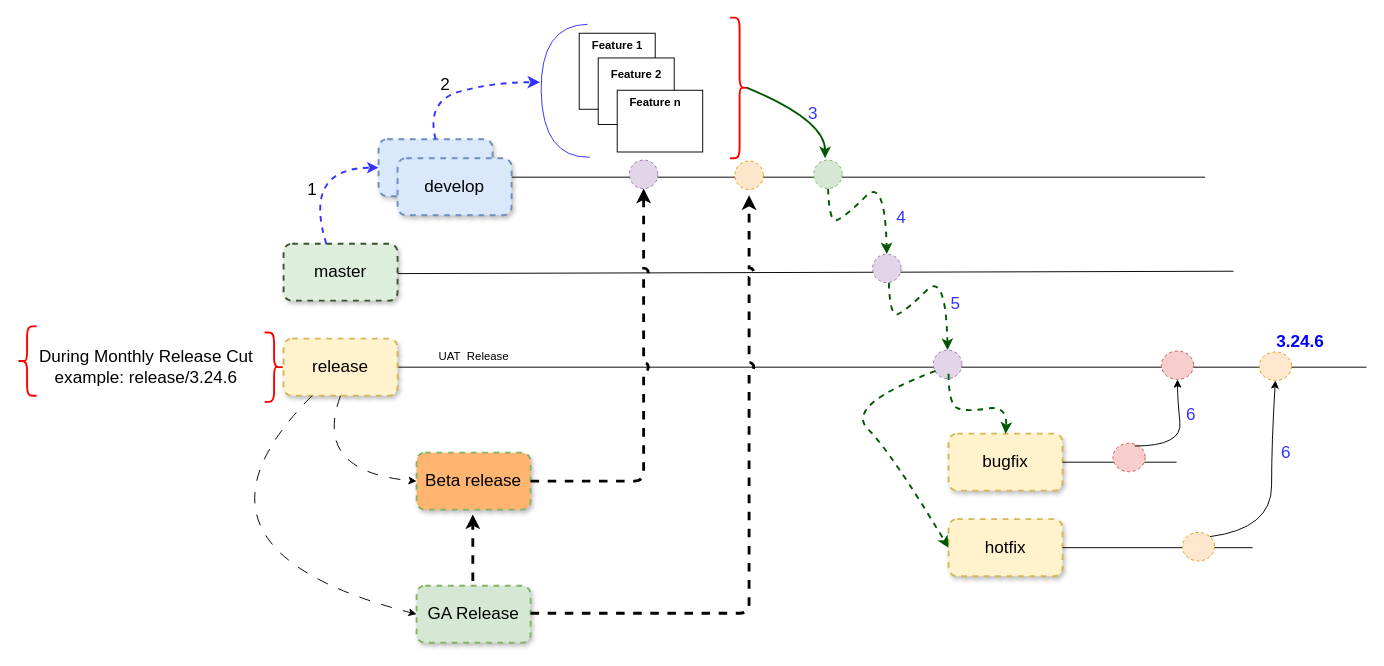
This is Branches.drawio from PramodNegi/problem-solving-techniques, a draw.io file, before an edit. Source tidied: cells renumbered, new cells numbered last; positions are measured from the earlier drawing's top-left corner, leaving out a move shared by most shapes. Both pictures are drawn from the tidied source at 95%, with x=0, y=0 at pixel (17, 17).
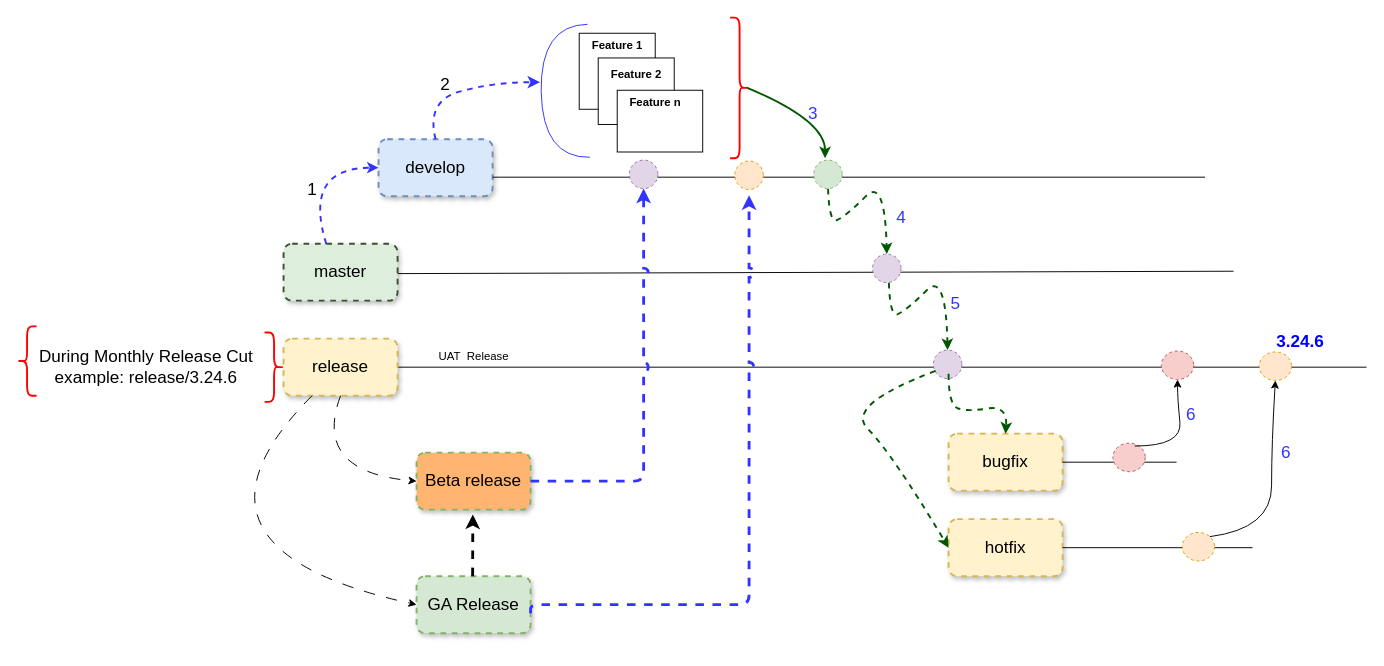
The same page after the edit.

The change refers to these unchanged cells:
```xml
<mxCell id="60" style="ellipse;whiteSpace=wrap;html=1;fillColor=#e1d5e7;strokeColor=#9673a6;dashed=1;shadow=0;" parent="1" vertex="1">
  <mxGeometry x="644" y="150" width="30" height="30" as="geometry" />
</mxCell>
```

Diff of the diagram source:
```diff
@@
     <mxCell id="53" value="&lt;span style=&quot;font-size: 18px;&quot;&gt;GA Release&lt;/span&gt;" style="rounded=1;whiteSpace=wrap;html=1;fillColor=#d5e8d4;strokeColor=#82b366;glass=0;shadow=1;dashed=1;strokeWidth=2;comic=0;" parent="1" vertex="1">
-      <mxGeometry x="420" y="598" width="120" height="60" as="geometry" />
+      <mxGeometry x="420" y="588" width="120" height="60" as="geometry" />
     </mxCell>
-    <mxCell id="54" value="&lt;font style=&quot;font-size: 18px;&quot;&gt;develop&lt;/font&gt;" style="rounded=1;whiteSpace=wrap;html=1;fillColor=#dae8fc;strokeColor=#6c8ebf;glass=0;shadow=1;dashed=1;strokeWidth=2;comic=0;" parent="1" vertex="1">
-      <mxGeometry x="400" y="148" width="120" height="60" as="geometry" />
-    </mxCell>
@@
     <mxCell id="56" style="endArrow=classic;html=1;rounded=0;curved=0;dashed=1;flowAnimation=1;strokeWidth=3;" parent="1" edge="1">
       <mxGeometry relative="1" as="geometry">
-        <mxPoint x="479.2" y="593" as="sourcePoint" />
+        <mxPoint x="479" y="588" as="sourcePoint" />
         <mxPoint x="479.2" y="523" as="targetPoint" />
       </mxGeometry>
     </mxCell>
-    <mxCell id="57" style="endArrow=classic;html=1;rounded=1;strokeColor=default;edgeStyle=elbowEdgeStyle;elbow=vertical;jumpStyle=arc;strokeWidth=3;exitX=1;exitY=0.5;exitDx=0;exitDy=0;dashed=1;flowAnimation=1;endFill=1;" parent="1" edge="1">
+    <mxCell id="57" style="endArrow=classic;html=1;rounded=1;strokeColor=#3333FF;edgeStyle=elbowEdgeStyle;elbow=vertical;jumpStyle=arc;strokeWidth=3;exitX=1;exitY=0.5;exitDx=0;exitDy=0;dashed=1;flowAnimation=1;endFill=1;" parent="1" edge="1">
       <mxGeometry relative="1" as="geometry">
         <mxPoint x="540" y="627" as="sourcePoint" />
         <mxPoint x="770" y="187" as="targetPoint" />
         <Array as="points">
-          <mxPoint x="700" y="627" />
+          <mxPoint x="770" y="618" />
         </Array>
       </mxGeometry>
     </mxCell>
@@
-    <mxCell id="59" style="endArrow=classic;html=1;rounded=1;strokeColor=default;edgeStyle=elbowEdgeStyle;elbow=vertical;jumpStyle=arc;strokeWidth=3;dashed=1;flowAnimation=1;targetPerimeterSpacing=3;endFill=1;entryX=0.5;entryY=1;entryDx=0;entryDy=0;" parent="1" edge="1" target="60">
+    <mxCell id="59" style="endArrow=classic;html=1;rounded=1;strokeColor=#3333FF;edgeStyle=elbowEdgeStyle;elbow=vertical;jumpStyle=arc;strokeWidth=3;dashed=1;flowAnimation=1;targetPerimeterSpacing=3;endFill=1;entryX=0.5;entryY=1;entryDx=0;entryDy=0;" parent="1" edge="1" target="60">
       <mxGeometry relative="1" as="geometry">
         <mxPoint x="540" y="488" as="sourcePoint" />
         <Array as="points">
           <mxPoint x="600" y="488" />
         </Array>
       </mxGeometry>
     </mxCell>
```
